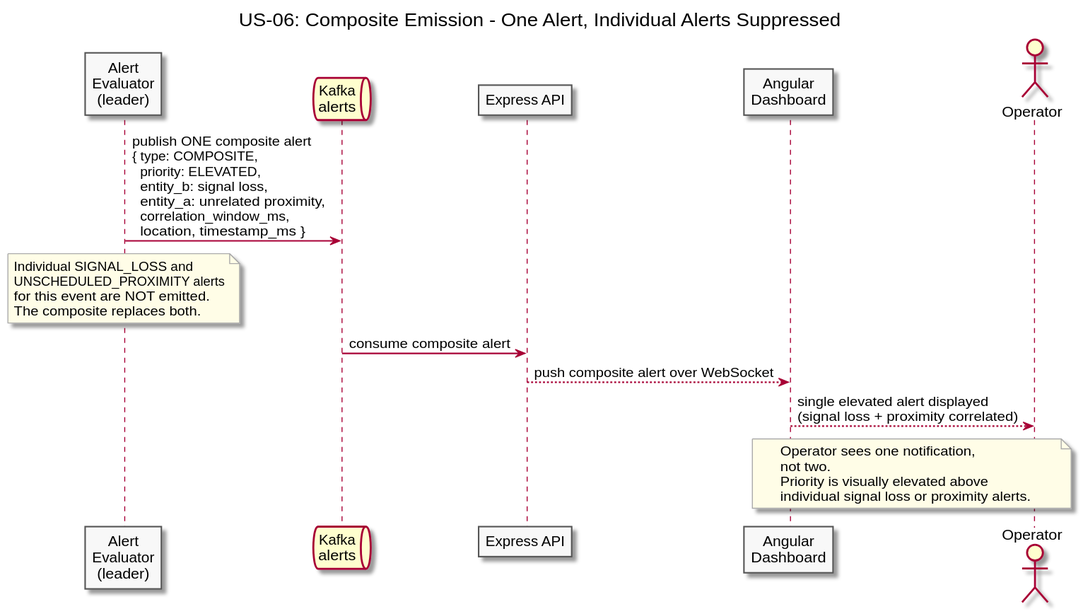
Above: diagrams/docs/use-cases/US-06-composite-alert/composite-emission.svg in Buffden/sentinel (PlantUML), before the change. The source it was exported from:
```plantuml
@startuml composite-emission
title US-06: Composite Emission - One Alert, Individual Alerts Suppressed

skinparam sequenceArrowThickness 1.5
skinparam participantBorderColor #555555
skinparam participantBackgroundColor #F8F8F8
skinparam noteBorderColor #AAAAAA
skinparam noteBackgroundColor #FFFDE7

participant "Alert\nEvaluator\n(leader)" as Evaluator
queue "Kafka\nalerts" as Kafka
participant "Express API" as API
participant "Angular\nDashboard" as Dashboard
actor Operator

Evaluator -> Kafka : publish ONE composite alert\n{ type: COMPOSITE,\n  priority: ELEVATED,\n  entity_b: signal loss,\n  entity_a: unrelated proximity,\n  correlation_window_ms,\n  location, timestamp_ms }

note over Evaluator
  Individual SIGNAL_LOSS and
  UNSCHEDULED_PROXIMITY alerts
  for this event are NOT emitted.
  The composite replaces both.
end note

Kafka -> API : consume composite alert

API --> Dashboard : push composite alert over WebSocket

Dashboard --> Operator : single elevated alert displayed\n(signal loss + proximity correlated)

note over Dashboard, Operator
  Operator sees one notification,
  not two.
  Priority is visually elevated above
  individual signal loss or proximity alerts.
end note

@enduml
```
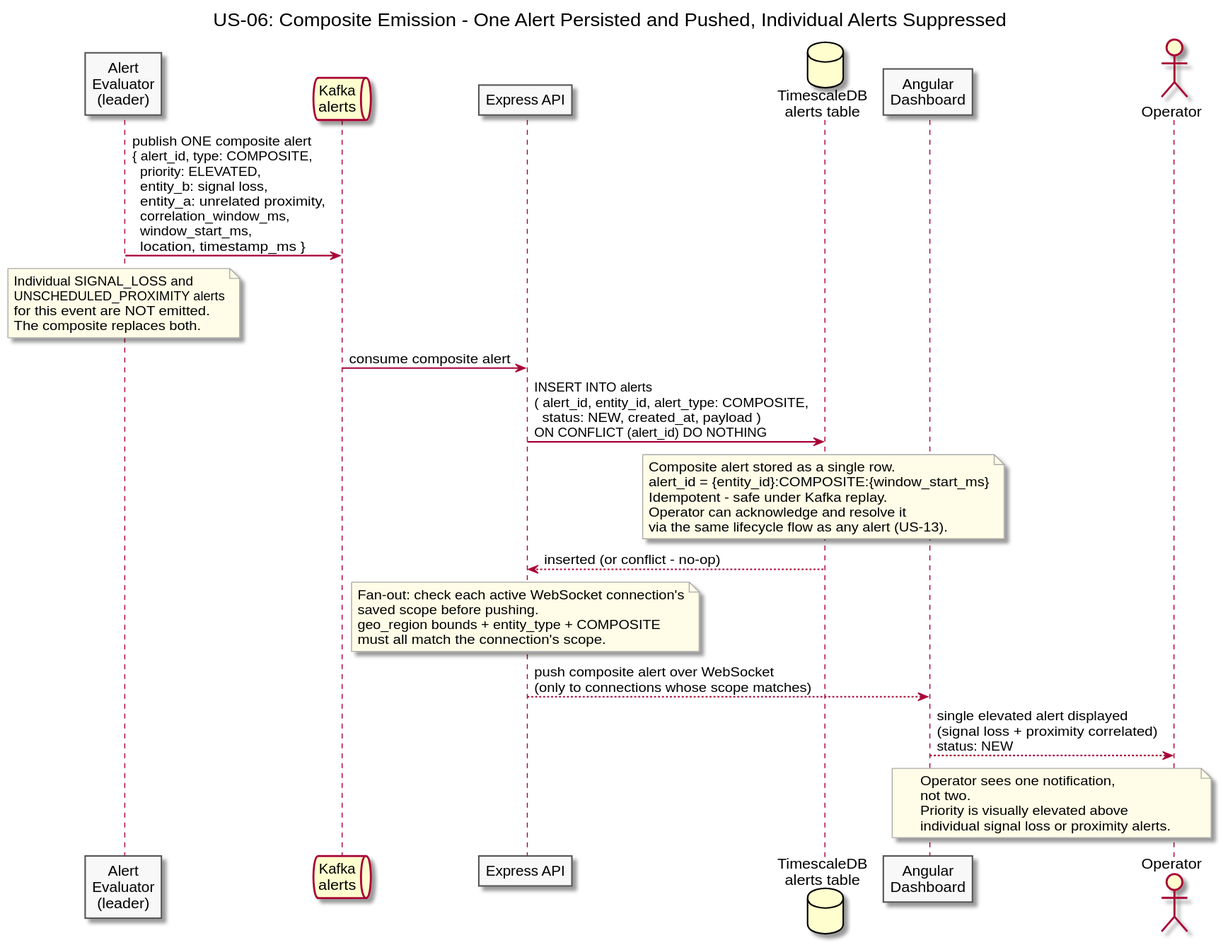
The same diagram one commit later.

Change to the diagram source:
```diff
@@ -1,5 +1,5 @@
 @startuml composite-emission
-title US-06: Composite Emission - One Alert, Individual Alerts Suppressed
+title US-06: Composite Emission - One Alert Persisted and Pushed, Individual Alerts Suppressed
 
 skinparam sequenceArrowThickness 1.5
 skinparam participantBorderColor #555555
@@ -10,10 +10,11 @@
 participant "Alert\nEvaluator\n(leader)" as Evaluator
 queue "Kafka\nalerts" as Kafka
 participant "Express API" as API
+database "TimescaleDB\nalerts table" as TSDB
 participant "Angular\nDashboard" as Dashboard
 actor Operator
 
-Evaluator -> Kafka : publish ONE composite alert\n{ type: COMPOSITE,\n  priority: ELEVATED,\n  entity_b: signal loss,\n  entity_a: unrelated proximity,\n  correlation_window_ms,\n  location, timestamp_ms }
+Evaluator -> Kafka : publish ONE composite alert\n{ alert_id, type: COMPOSITE,\n  priority: ELEVATED,\n  entity_b: signal loss,\n  entity_a: unrelated proximity,\n  correlation_window_ms,\n  window_start_ms,\n  location, timestamp_ms }
 
 note over Evaluator
   Individual SIGNAL_LOSS and
@@ -24,9 +25,28 @@
 
 Kafka -> API : consume composite alert
 
-API --> Dashboard : push composite alert over WebSocket
+API -> TSDB : INSERT INTO alerts\n( alert_id, entity_id, alert_type: COMPOSITE,\n  status: NEW, created_at, payload )\nON CONFLICT (alert_id) DO NOTHING
 
-Dashboard --> Operator : single elevated alert displayed\n(signal loss + proximity correlated)
+note over TSDB
+  Composite alert stored as a single row.
+  alert_id = {entity_id}:COMPOSITE:{window_start_ms}
+  Idempotent - safe under Kafka replay.
+  Operator can acknowledge and resolve it
+  via the same lifecycle flow as any alert (US-13).
+end note
+
+TSDB --> API : inserted (or conflict - no-op)
+
+note over API
+  Fan-out: check each active WebSocket connection's
+  saved scope before pushing.
+  geo_region bounds + entity_type + COMPOSITE
+  must all match the connection's scope.
+end note
+
+API --> Dashboard : push composite alert over WebSocket\n(only to connections whose scope matches)
+
+Dashboard --> Operator : single elevated alert displayed\n(signal loss + proximity correlated)\nstatus: NEW
 
 note over Dashboard, Operator
   Operator sees one notification,
```
